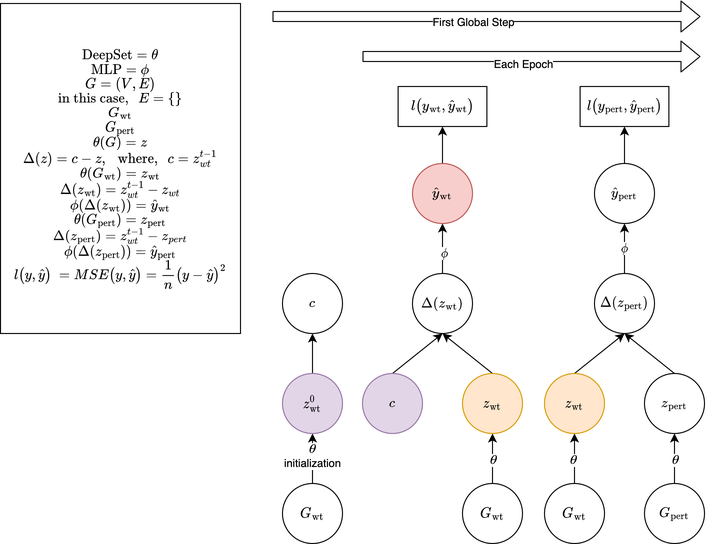
Mjvolk3/torchcell keeps this draw.io diagram as notes/assets/drawio/wildtype-difference-batch-overfit.drawio.png. Above is the earlier version. Source tidied: cells renumbered, new cells last; positions are measured from the earlier drawing's top-left corner, leaving out a move shared by most shapes.
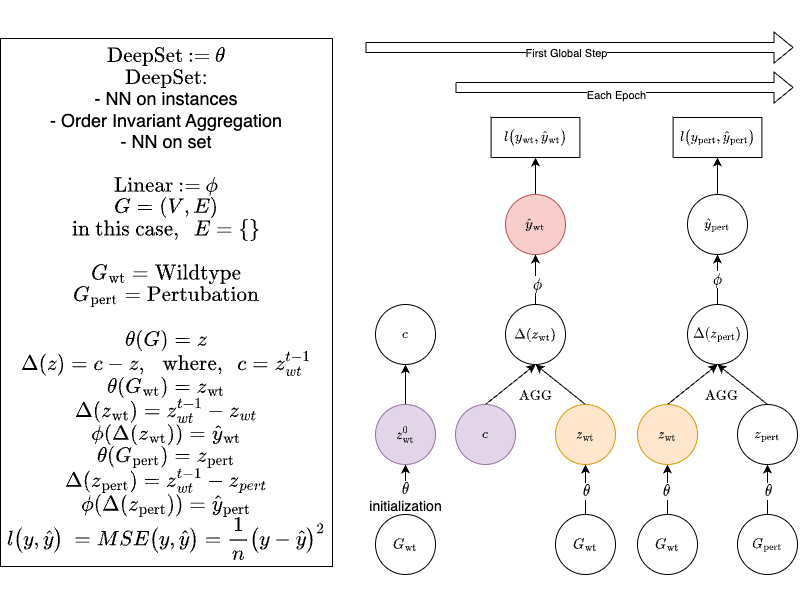
After the change.

What changed in the source:
```diff
@@ -2,13 +2,19 @@
   <root>
     <mxCell id="0" />
     <mxCell id="1" parent="0" />
+    <mxCell id="40" value="&lt;font style=&quot;font-size: 12px;&quot;&gt;`\text{AGG}`&lt;/font&gt;" style="rounded=0;whiteSpace=wrap;html=1;fontSize=18;strokeColor=none;" parent="1" vertex="1">
+      <mxGeometry x="589.4" y="341" width="79" height="36" as="geometry" />
+    </mxCell>
+    <mxCell id="41" value="&lt;font style=&quot;font-size: 12px;&quot;&gt;`\text{AGG}`&lt;/font&gt;" style="rounded=0;whiteSpace=wrap;html=1;fontSize=18;strokeColor=none;" parent="1" vertex="1">
+      <mxGeometry x="402.5" y="341" width="79" height="36" as="geometry" />
+    </mxCell>
-    <mxCell id="2" value="`\text{DeepSet}= \theta`&lt;br&gt;`\text{MLP}= \phi`&lt;br&gt;`G = (V, E)`&lt;br&gt;`\text{in this case, } E = {}`&lt;br&gt;`G_{\text{wt}}`&lt;br&gt;`G_{\text{pert}}`&lt;br&gt;`\theta(G) = z`&lt;br&gt;`\Delta(z) = c - z, \text{ where, } c = z_{\wt}^{t-1}`&lt;br&gt;`\theta(G_{\text{wt}}) = z_{\text{wt}}`&lt;br&gt;`\Delta(z_{\text{wt}}) = z_{\wt}^{t-1} -z_{\wt}`&lt;br&gt;`\phi(\Delta(z_{\text{wt}})) = \hat{y}_{\text{wt}}`&lt;br&gt;`\theta(G_{\text{pert}}) = z_{\text{pert}}`&lt;br&gt;`\Delta(z_{\text{pert}}) = z_{\wt}^{t-1} -z_{\pert}`&lt;br&gt;`\phi(\Delta(z_{\text{pert}})) = \hat{y}_{\text{pert}}`&lt;br&gt;`l(y,\hat{y})&amp;nbsp;=MSE(y,\hat{y}) = \frac{1}{n}(y -\hat{y})^2`" style="rounded=0;whiteSpace=wrap;html=1;" parent="1" vertex="1">
-      <mxGeometry width="240" height="330" as="geometry" />
+    <mxCell id="2" value="&lt;font style=&quot;font-size: 18px;&quot;&gt;`\text{DeepSet}:= \theta`&lt;br&gt;`\text{DeepSet}`:&lt;br style=&quot;border-color: var(--border-color);&quot;&gt;- NN on instances&lt;br style=&quot;border-color: var(--border-color);&quot;&gt;- Order Invariant Aggregation&lt;br style=&quot;border-color: var(--border-color);&quot;&gt;- NN on set&lt;br&gt;&lt;br&gt;`\text{Linear}:= \phi`&lt;br&gt;`G = (V, E)`&lt;br&gt;`\text{in this case, } E = {}`&lt;br&gt;&lt;br&gt;`G_{\text{wt}} = \text{Wildtype}`&lt;br&gt;`G_{\text{pert}} = \text{Pertubation}`&lt;br&gt;&lt;br&gt;`\theta(G) = z`&lt;br&gt;`\Delta(z) = c - z, \text{ where, } c = z_{\wt}^{t-1}`&lt;br&gt;`\theta(G_{\text{wt}}) = z_{\text{wt}}`&lt;br&gt;`\Delta(z_{\text{wt}}) = z_{\wt}^{t-1} -z_{\wt}`&lt;br&gt;`\phi(\Delta(z_{\text{wt}})) = \hat{y}_{\text{wt}}`&lt;br&gt;`\theta(G_{\text{pert}}) = z_{\text{pert}}`&lt;br&gt;`\Delta(z_{\text{pert}}) = z_{\wt}^{t-1} -z_{\pert}`&lt;br&gt;`\phi(\Delta(z_{\text{pert}})) = \hat{y}_{\text{pert}}`&lt;br&gt;`l(y,\hat{y})&amp;nbsp;=MSE(y,\hat{y}) = \frac{1}{n}(y -\hat{y})^2`&lt;/font&gt;" style="rounded=0;whiteSpace=wrap;html=1;" parent="1" vertex="1">
+      <mxGeometry x="-93" y="4" width="332" height="528" as="geometry" />
     </mxCell>
     <mxCell id="3" style="edgeStyle=none;html=1;exitX=0.5;exitY=0;exitDx=0;exitDy=0;entryX=0.5;entryY=1;entryDx=0;entryDy=0;" parent="1" edge="1" source="5" target="12">
       <mxGeometry relative="1" as="geometry" />
     </mxCell>
-    <mxCell id="4" value="`\theta`" style="edgeLabel;html=1;align=center;verticalAlign=middle;" parent="3" vertex="1">
+    <mxCell id="4" value="&lt;font style=&quot;font-size: 14px;&quot;&gt;`\theta`&lt;/font&gt;" style="edgeLabel;html=1;align=center;verticalAlign=middle;" parent="3" vertex="1">
       <mxGeometry x="-0.02" y="2" relative="1" as="geometry" />
     </mxCell>
     <mxCell id="5" value="`G_{\text{wt}}`" style="ellipse;whiteSpace=wrap;html=1;" parent="1" vertex="1">
@@ -17,7 +23,7 @@
     <mxCell id="6" style="edgeStyle=none;html=1;exitX=0.5;exitY=0;exitDx=0;exitDy=0;entryX=0.5;entryY=1;entryDx=0;entryDy=0;" parent="1" edge="1" source="8" target="10">
       <mxGeometry relative="1" as="geometry" />
     </mxCell>
-    <mxCell id="7" value="`\theta`" style="edgeLabel;html=1;align=center;verticalAlign=middle;" parent="6" vertex="1">
+    <mxCell id="7" value="&lt;font style=&quot;font-size: 14px;&quot;&gt;`\theta`&lt;/font&gt;" style="edgeLabel;html=1;align=center;verticalAlign=middle;" parent="6" vertex="1">
       <mxGeometry x="-0.05" relative="1" as="geometry" />
     </mxCell>
     <mxCell id="8" value="`G_{\text{pert}}`" style="ellipse;whiteSpace=wrap;html=1;" parent="1" vertex="1">
@@ -37,14 +43,14 @@
     <mxCell id="12" value="`z_{\text{wt}}`" style="ellipse;whiteSpace=wrap;html=1;fillColor=#ffe6cc;strokeColor=#d79b00;" parent="1" vertex="1">
       <mxGeometry x="544" y="370" width="60" height="60" as="geometry" />
     </mxCell>
-    <mxCell id="13" value="`\phi`" style="edgeStyle=none;html=1;exitX=0.5;exitY=0;exitDx=0;exitDy=0;entryX=0.5;entryY=1;entryDx=0;entryDy=0;" parent="1" edge="1" source="14" target="32">
+    <mxCell id="13" value="&lt;font style=&quot;font-size: 14px;&quot;&gt;`\phi`&lt;/font&gt;" style="edgeStyle=none;html=1;exitX=0.5;exitY=0;exitDx=0;exitDy=0;entryX=0.5;entryY=1;entryDx=0;entryDy=0;" parent="1" edge="1" source="14" target="32">
       <mxGeometry relative="1" as="geometry" />
     </mxCell>
     <mxCell id="14" value="`\Delta(z_\text{pert})`" style="ellipse;whiteSpace=wrap;html=1;" parent="1" vertex="1">
       <mxGeometry x="594" y="270" width="60" height="60" as="geometry" />
     </mxCell>
-    <mxCell id="15" value="`\theta`&lt;br&gt;initialization" style="edgeStyle=none;html=1;exitX=0.5;exitY=0;exitDx=0;exitDy=0;entryX=0.5;entryY=1;entryDx=0;entryDy=0;" parent="1" edge="1" source="16" target="23">
-      <mxGeometry x="0.08" relative="1" as="geometry" />
+    <mxCell id="15" value="&lt;font style=&quot;font-size: 14px;&quot;&gt;`\theta`&lt;br&gt;initialization&lt;/font&gt;" style="edgeStyle=none;html=1;exitX=0.5;exitY=0;exitDx=0;exitDy=0;entryX=0.5;entryY=1;entryDx=0;entryDy=0;" parent="1" edge="1" source="16" target="23">
+      <mxGeometry x="-0.32" relative="1" as="geometry" />
     </mxCell>
     <mxCell id="16" value="`G_{\text{wt}}`" style="ellipse;whiteSpace=wrap;html=1;" parent="1" vertex="1">
       <mxGeometry x="282" y="480" width="60" height="60" as="geometry" />
@@ -52,7 +58,7 @@
     <mxCell id="17" style="edgeStyle=none;html=1;exitX=0.5;exitY=0;exitDx=0;exitDy=0;entryX=0.5;entryY=1;entryDx=0;entryDy=0;" parent="1" edge="1" source="19" target="21">
       <mxGeometry relative="1" as="geometry" />
     </mxCell>
-    <mxCell id="18" value="`\theta`" style="edgeLabel;html=1;align=center;verticalAlign=middle;" parent="17" vertex="1">
+    <mxCell id="18" value="&lt;font style=&quot;font-size: 14px;&quot;&gt;`\theta`&lt;/font&gt;" style="edgeLabel;html=1;align=center;verticalAlign=middle;" parent="17" vertex="1">
       <mxGeometry x="-0.05" relative="1" as="geometry" />
     </mxCell>
     <mxCell id="19" value="`G_{\text{wt}}`" style="ellipse;whiteSpace=wrap;html=1;" parent="1" vertex="1">
@@ -73,7 +79,7 @@
     <mxCell id="24" style="edgeStyle=none;html=1;exitX=0.5;exitY=0;exitDx=0;exitDy=0;entryX=0.5;entryY=1;entryDx=0;entryDy=0;" parent="1" edge="1" source="26" target="30">
       <mxGeometry relative="1" as="geometry" />
     </mxCell>
-    <mxCell id="25" value="`phi`" style="edgeLabel;html=1;align=center;verticalAlign=middle;" parent="24" vertex="1">
+    <mxCell id="25" value="&lt;font style=&quot;font-size: 14px;&quot;&gt;`phi`&lt;/font&gt;" style="edgeLabel;html=1;align=center;verticalAlign=middle;" parent="24" vertex="1">
       <mxGeometry x="-0.17" y="-1" relative="1" as="geometry" />
     </mxCell>
     <mxCell id="26" value="`\Delta(z_\text{wt})`" style="ellipse;whiteSpace=wrap;html=1;" parent="1" vertex="1">
```
